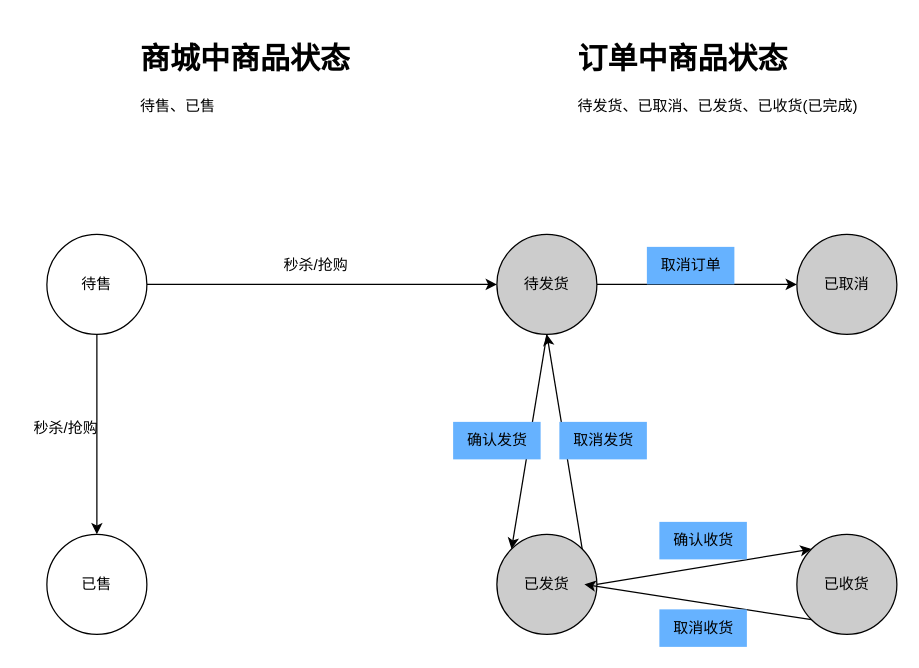
Earlier version of the draw.io diagram design.drawio (huning-tech/draw-io). Source tidied: cells renumbered, new cells numbered last; positions are measured from the earlier drawing's top-left corner, leaving out a move shared by most shapes. Both pictures are drawn from the tidied source at 125%, with x=0, y=0 at pixel (21, 34).
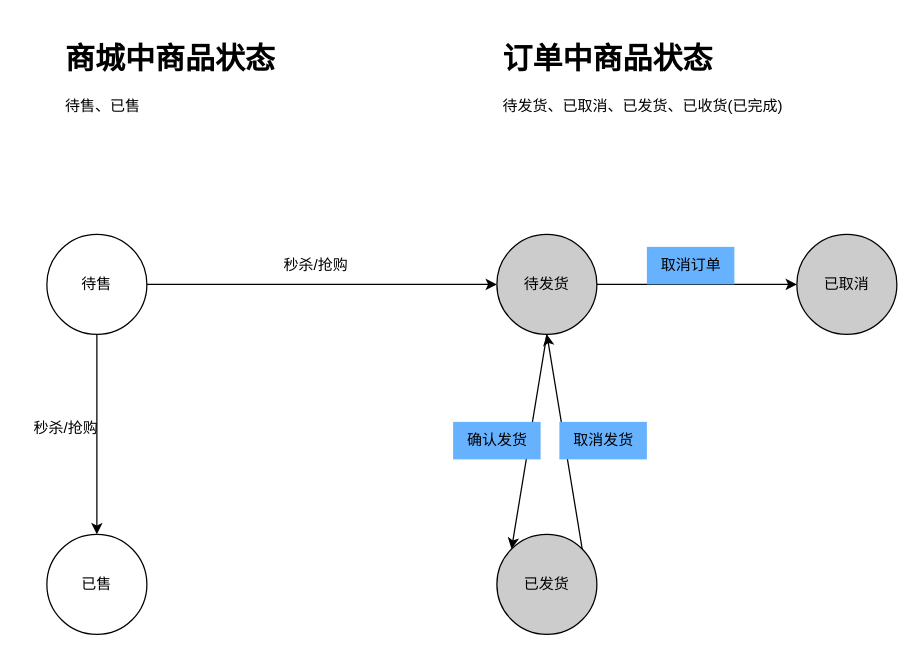
Above is the later version.

Unchanged cells that the change refers to:
```xml
<mxCell id="9" value="已发货" style="ellipse;whiteSpace=wrap;html=1;fillColor=#CCCCCC;" parent="1" vertex="1">
  <mxGeometry x="380" y="400" width="80" height="80" as="geometry" />
</mxCell>
```

The edit, as a diff of the source:
```diff
@@
     <mxCell id="2" value="&lt;h1&gt;订单中商品状态&lt;/h1&gt;&lt;p&gt;待发货、已取消、已发货、已收货(已完成)&lt;/p&gt;" style="text;html=1;strokeColor=none;fillColor=none;spacing=5;spacingTop=-20;whiteSpace=wrap;overflow=hidden;rounded=0;" parent="1" vertex="1">
-      <mxGeometry x="440" width="260" height="80" as="geometry" />
+      <mxGeometry x="380" width="260" height="80" as="geometry" />
     </mxCell>
@@
-    <mxCell id="8" style="edgeStyle=none;rounded=0;jettySize=auto;html=1;exitX=1;exitY=0.5;exitDx=0;exitDy=0;entryX=0;entryY=0;entryDx=0;entryDy=0;" parent="1" edge="1" source="9" target="11">
-      <mxGeometry relative="1" as="geometry" />
-    </mxCell>
@@
-    <mxCell id="10" style="edgeStyle=none;rounded=0;jettySize=auto;html=1;exitX=0;exitY=1;exitDx=0;exitDy=0;entryX=0.875;entryY=0.5;entryDx=0;entryDy=0;entryPerimeter=0;" parent="1" edge="1" source="11" target="9">
-      <mxGeometry relative="1" as="geometry" />
-    </mxCell>
-    <mxCell id="11" value="已收货" style="ellipse;whiteSpace=wrap;html=1;fillColor=#CCCCCC;" parent="1" vertex="1">
-      <mxGeometry x="620" y="400" width="80" height="80" as="geometry" />
-    </mxCell>
@@
     <mxCell id="16" value="&lt;h1&gt;商城中商品状态&lt;/h1&gt;&lt;p&gt;&lt;span style=&quot;text-align: center;&quot;&gt;待售、已售&lt;/span&gt;&lt;/p&gt;" style="text;html=1;strokeColor=none;fillColor=none;spacing=5;spacingTop=-20;whiteSpace=wrap;overflow=hidden;rounded=0;" parent="1" vertex="1">
-      <mxGeometry x="90" width="180" height="80" as="geometry" />
+      <mxGeometry x="30" width="180" height="80" as="geometry" />
     </mxCell>
@@
-    <mxCell id="22" value="确认收货" style="text;html=1;align=center;verticalAlign=middle;strokeColor=none;fillColor=#66B2FF;" parent="1" vertex="1">
-      <mxGeometry x="510" y="390" width="70" height="30" as="geometry" />
-    </mxCell>
-    <mxCell id="23" value="取消收货" style="text;html=1;align=center;verticalAlign=middle;strokeColor=none;fillColor=#66B2FF;" parent="1" vertex="1">
-      <mxGeometry x="510" y="460" width="70" height="30" as="geometry" />
-    </mxCell>
```
